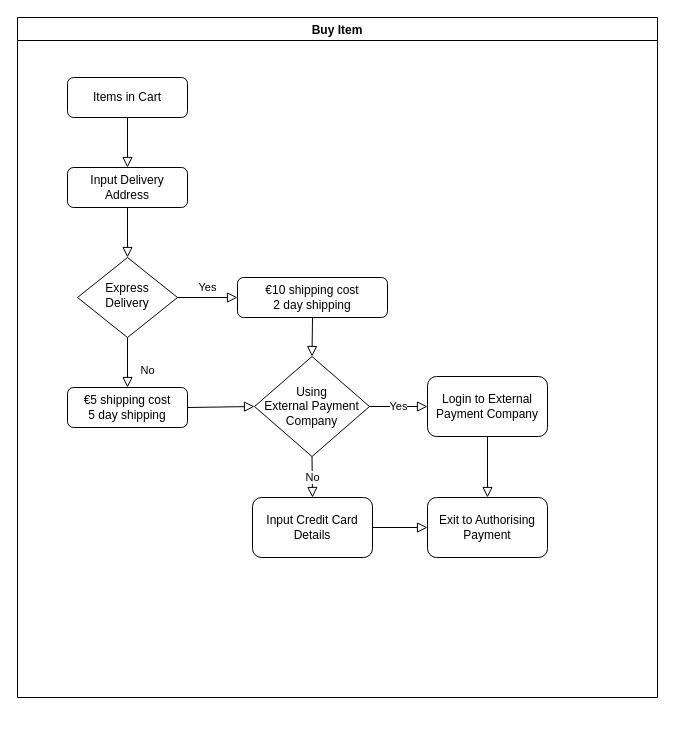
Before: week1/Flow Chart Shop.drawio in Darren-ODonnell/BusinessModellingDiagrams, a draw.io diagram. Source tidied: cells renumbered, new cells numbered last; positions are measured from the earlier drawing's top-left corner, leaving out a move shared by most shapes. Both pictures are drawn from the tidied source at 100%, with x=0, y=0 at pixel (17, 17).
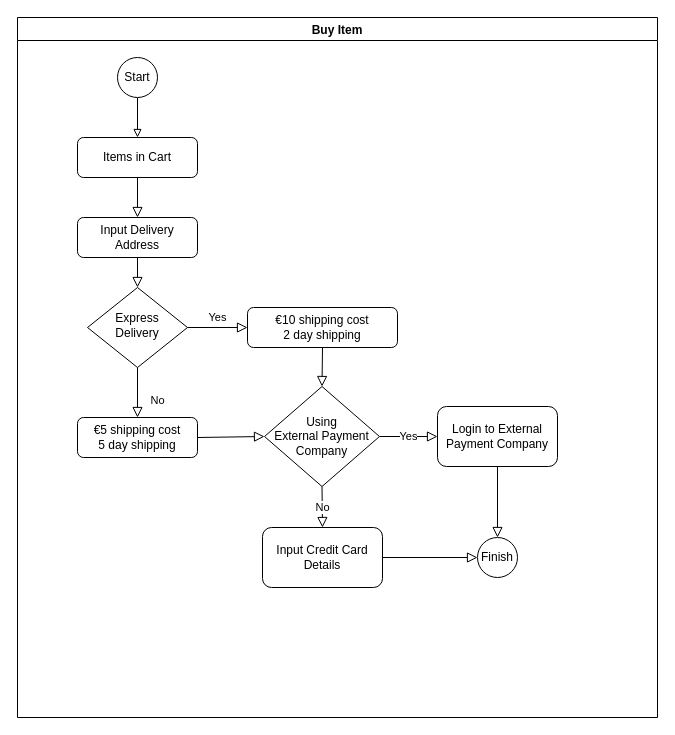
Above is the later version.

The edit, as a diff of the source:
```diff
@@
     <mxCell id="2" value="Buy Item" style="swimlane;" parent="1" vertex="1">
-      <mxGeometry width="640" height="680" as="geometry" />
+      <mxGeometry width="640" height="700" as="geometry" />
     </mxCell>
@@
     <mxCell id="4" value="Input Delivery Address" style="rounded=1;whiteSpace=wrap;html=1;fontSize=12;glass=0;strokeWidth=1;shadow=0;" parent="2" vertex="1">
-      <mxGeometry x="50" y="150" width="120" height="40" as="geometry" />
+      <mxGeometry x="60" y="200" width="120" height="40" as="geometry" />
     </mxCell>
     <mxCell id="5" value="Express Delivery" style="rhombus;whiteSpace=wrap;html=1;shadow=0;fontFamily=Helvetica;fontSize=12;align=center;strokeWidth=1;spacing=6;spacingTop=-4;" parent="2" vertex="1">
-      <mxGeometry x="60" y="240" width="100" height="80" as="geometry" />
+      <mxGeometry x="70" y="270" width="100" height="80" as="geometry" />
     </mxCell>
@@
     <mxCell id="7" value="€10 shipping cost&lt;br&gt;2 day shipping" style="rounded=1;whiteSpace=wrap;html=1;fontSize=12;glass=0;strokeWidth=1;shadow=0;" parent="2" vertex="1">
-      <mxGeometry x="220" y="260" width="150" height="40" as="geometry" />
+      <mxGeometry x="230" y="290" width="150" height="40" as="geometry" />
     </mxCell>
@@
     <mxCell id="9" value="€5 shipping cost&lt;br&gt;5 day shipping" style="rounded=1;whiteSpace=wrap;html=1;fontSize=12;glass=0;strokeWidth=1;shadow=0;" parent="2" vertex="1">
-      <mxGeometry x="50" y="370" width="120" height="40" as="geometry" />
+      <mxGeometry x="60" y="400" width="120" height="40" as="geometry" />
     </mxCell>
@@
     <mxCell id="13" value="Using &lt;br&gt;External Payment &lt;br&gt;Company" style="rhombus;whiteSpace=wrap;html=1;" parent="2" vertex="1">
-      <mxGeometry x="237" y="339" width="115" height="100" as="geometry" />
+      <mxGeometry x="247" y="369" width="115" height="100" as="geometry" />
     </mxCell>
-    <mxCell id="14" style="edgeStyle=none;rounded=0;jettySize=auto;html=1;exitX=0.5;exitY=1;exitDx=0;exitDy=0;entryX=0.5;entryY=0;entryDx=0;entryDy=0;endArrow=block;endFill=0;endSize=8;" parent="2" edge="1" source="15" target="21">
+    <mxCell id="14" style="edgeStyle=none;rounded=0;jettySize=auto;html=1;exitX=0.5;exitY=1;exitDx=0;exitDy=0;entryX=0.5;entryY=0;entryDx=0;entryDy=0;endArrow=block;endFill=0;endSize=8;" parent="2" edge="1" source="15" target="24">
       <mxGeometry relative="1" as="geometry" />
     </mxCell>
     <mxCell id="15" value="Login to External Payment Company" style="rounded=1;whiteSpace=wrap;html=1;" parent="2" vertex="1">
-      <mxGeometry x="410" y="359" width="120" height="60" as="geometry" />
+      <mxGeometry x="420" y="389" width="120" height="60" as="geometry" />
     </mxCell>
-    <mxCell id="16" style="edgeStyle=none;rounded=0;jettySize=auto;html=1;exitX=1;exitY=0.5;exitDx=0;exitDy=0;entryX=0;entryY=0.5;entryDx=0;entryDy=0;endArrow=block;endFill=0;endSize=8;" parent="2" edge="1" source="17" target="21">
+    <mxCell id="16" style="edgeStyle=none;rounded=0;jettySize=auto;html=1;exitX=1;exitY=0.5;exitDx=0;exitDy=0;entryX=0;entryY=0.5;entryDx=0;entryDy=0;endArrow=block;endFill=0;endSize=8;" parent="2" edge="1" source="17" target="24">
       <mxGeometry relative="1" as="geometry" />
     </mxCell>
     <mxCell id="17" value="Input Credit Card Details" style="rounded=1;whiteSpace=wrap;html=1;" parent="2" vertex="1">
-      <mxGeometry x="235" y="480" width="120" height="60" as="geometry" />
+      <mxGeometry x="245" y="510" width="120" height="60" as="geometry" />
     </mxCell>
@@
     <mxCell id="19" value="Items in Cart" style="rounded=1;whiteSpace=wrap;html=1;fontSize=12;glass=0;strokeWidth=1;shadow=0;" parent="2" vertex="1">
-      <mxGeometry x="50" y="60" width="120" height="40" as="geometry" />
+      <mxGeometry x="60" y="120" width="120" height="40" as="geometry" />
     </mxCell>
@@
-    <mxCell id="21" value="Exit to Authorising Payment" style="rounded=1;whiteSpace=wrap;html=1;" parent="2" vertex="1">
-      <mxGeometry x="410" y="480" width="120" height="60" as="geometry" />
-    </mxCell>
+    <mxCell id="22" style="edgeStyle=orthogonalEdgeStyle;rounded=0;jettySize=auto;html=1;exitX=0.5;exitY=1;exitDx=0;exitDy=0;endArrow=block;endFill=0;" parent="2" edge="1" source="23" target="19">
+      <mxGeometry relative="1" as="geometry" />
+    </mxCell>
+    <mxCell id="23" value="Start" style="ellipse;whiteSpace=wrap;html=1;" parent="2" vertex="1">
+      <mxGeometry x="100" y="40" width="40" height="40" as="geometry" />
+    </mxCell>
+    <mxCell id="24" value="Finish" style="ellipse;whiteSpace=wrap;html=1;" parent="2" vertex="1">
+      <mxGeometry x="460" y="520" width="40" height="40" as="geometry" />
+    </mxCell>
```
